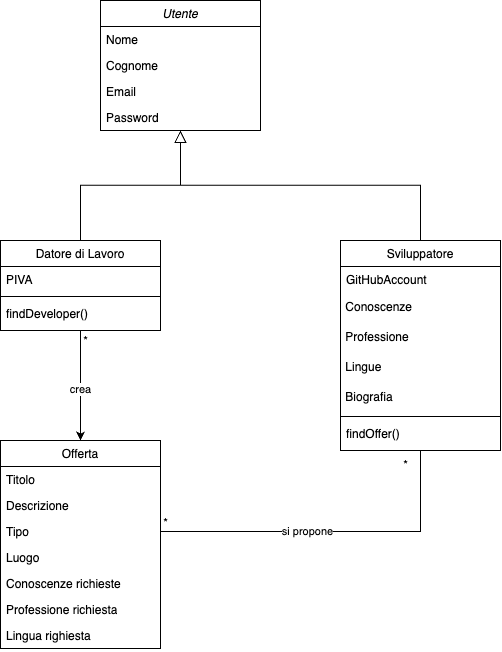
Above: Documentazione/Requirement_Analysis_Document/Class_Diagrams/class_diagram_3.0.png in JacopoPassariello/TuringCareers (draw.io), before the change. Source tidied: cells renumbered, new cells last; positions are measured from the earlier drawing's top-left corner, leaving out a move shared by most shapes. The source it was exported from:
```xml
<mxGraphModel>
  <root>
    <mxCell id="0" />
    <mxCell id="1" parent="0" />
    <mxCell id="2" value="Utente" style="swimlane;fontStyle=2;align=center;verticalAlign=top;horizontal=1;startSize=26;rounded=0;shadow=0;strokeWidth=1;" parent="1" vertex="1">
      <mxGeometry x="100" width="160" height="130" as="geometry" />
    </mxCell>
    <mxCell id="3" value="Nome" style="text;align=left;verticalAlign=top;spacingLeft=4;spacingRight=4;overflow=hidden;" parent="2" vertex="1">
      <mxGeometry y="26" width="160" height="26" as="geometry" />
    </mxCell>
    <mxCell id="4" value="Cognome" style="text;align=left;verticalAlign=top;spacingLeft=4;spacingRight=4;overflow=hidden;rounded=0;shadow=0;html=0;" parent="2" vertex="1">
      <mxGeometry y="52" width="160" height="26" as="geometry" />
    </mxCell>
    <mxCell id="5" value="Email" style="text;align=left;verticalAlign=top;spacingLeft=4;spacingRight=4;overflow=hidden;rounded=0;shadow=0;html=0;" parent="2" vertex="1">
      <mxGeometry y="78" width="160" height="26" as="geometry" />
    </mxCell>
    <mxCell id="6" value="Password" style="text;align=left;verticalAlign=top;spacingLeft=4;spacingRight=4;overflow=hidden;rounded=0;shadow=0;html=0;" parent="2" vertex="1">
      <mxGeometry y="104" width="160" height="26" as="geometry" />
    </mxCell>
    <mxCell id="7" style="edgeStyle=orthogonalEdgeStyle;rounded=0;jettySize=auto;html=1;exitX=0.5;exitY=1;exitDx=0;exitDy=0;entryX=0.5;entryY=0;entryDx=0;entryDy=0;" parent="1" edge="1" source="9" target="25">
      <mxGeometry relative="1" as="geometry" />
    </mxCell>
    <mxCell id="8" value="crea" style="edgeLabel;html=1;align=center;verticalAlign=middle;" parent="7" vertex="1">
      <mxGeometry x="0.06" y="1" relative="1" as="geometry">
        <mxPoint x="-1" as="offset" />
      </mxGeometry>
    </mxCell>
    <mxCell id="9" value="Datore di Lavoro" style="swimlane;fontStyle=0;align=center;verticalAlign=top;horizontal=1;startSize=26;rounded=0;shadow=0;strokeWidth=1;" parent="1" vertex="1">
      <mxGeometry y="240" width="160" height="90" as="geometry" />
    </mxCell>
    <mxCell id="10" value="PIVA" style="text;align=left;verticalAlign=top;spacingLeft=4;spacingRight=4;overflow=hidden;" parent="9" vertex="1">
      <mxGeometry y="26" width="160" height="26" as="geometry" />
    </mxCell>
    <mxCell id="11" style="line;html=1;strokeWidth=1;align=left;verticalAlign=middle;spacingTop=-1;spacingLeft=3;spacingRight=3;labelPosition=right;" parent="9" vertex="1">
      <mxGeometry y="52" width="160" height="8" as="geometry" />
    </mxCell>
    <mxCell id="12" value="findDeveloper()" style="text;align=left;verticalAlign=top;spacingLeft=4;spacingRight=4;overflow=hidden;" parent="9" vertex="1">
      <mxGeometry y="60" width="160" height="26" as="geometry" />
    </mxCell>
    <mxCell id="13" style="endArrow=block;endSize=10;endFill=0;shadow=0;strokeWidth=1;rounded=0;edgeStyle=elbowEdgeStyle;elbow=vertical;" parent="1" edge="1" source="9" target="2">
      <mxGeometry relative="1" as="geometry" />
    </mxCell>
    <mxCell id="14" style="edgeStyle=orthogonalEdgeStyle;rounded=0;jettySize=auto;html=1;exitX=0.5;exitY=1;exitDx=0;exitDy=0;entryX=1;entryY=0.5;entryDx=0;entryDy=0;endArrow=none;endFill=0;" parent="1" edge="1" source="16" target="28">
      <mxGeometry relative="1" as="geometry" />
    </mxCell>
    <mxCell id="15" value="si propone" style="edgeLabel;html=1;align=center;verticalAlign=middle;" parent="14" vertex="1">
      <mxGeometry x="0.14" y="-3" relative="1" as="geometry">
        <mxPoint y="3" as="offset" />
      </mxGeometry>
    </mxCell>
    <mxCell id="16" value="Sviluppatore" style="swimlane;fontStyle=0;align=center;verticalAlign=top;horizontal=1;startSize=26;rounded=0;shadow=0;strokeWidth=1;" parent="1" vertex="1">
      <mxGeometry x="340" y="240" width="160" height="210" as="geometry" />
    </mxCell>
    <mxCell id="17" value="GitHubAccount" style="text;align=left;verticalAlign=top;spacingLeft=4;spacingRight=4;overflow=hidden;" parent="16" vertex="1">
      <mxGeometry y="26" width="160" height="26" as="geometry" />
    </mxCell>
    <mxCell id="18" value="&amp;nbsp;Conoscenze" style="text;html=1;align=left;verticalAlign=middle;strokeColor=none;fillColor=none;" parent="16" vertex="1">
      <mxGeometry y="52" width="160" height="30" as="geometry" />
    </mxCell>
    <mxCell id="19" value="&amp;nbsp;Professione" style="text;html=1;align=left;verticalAlign=middle;strokeColor=none;fillColor=none;" parent="16" vertex="1">
      <mxGeometry y="82" width="160" height="30" as="geometry" />
    </mxCell>
    <mxCell id="20" value="&amp;nbsp;Lingue" style="text;html=1;align=left;verticalAlign=middle;strokeColor=none;fillColor=none;" parent="16" vertex="1">
      <mxGeometry y="112" width="160" height="30" as="geometry" />
    </mxCell>
    <mxCell id="21" value="&amp;nbsp;Biografia" style="text;html=1;align=left;verticalAlign=middle;strokeColor=none;fillColor=none;" parent="16" vertex="1">
      <mxGeometry y="142" width="160" height="30" as="geometry" />
    </mxCell>
    <mxCell id="22" style="line;html=1;strokeWidth=1;align=left;verticalAlign=middle;spacingTop=-1;spacingLeft=3;spacingRight=3;labelPosition=right;" parent="16" vertex="1">
      <mxGeometry y="172" width="160" height="8" as="geometry" />
    </mxCell>
    <mxCell id="23" value="findOffer()" style="text;align=left;verticalAlign=top;spacingLeft=4;spacingRight=4;overflow=hidden;" parent="16" vertex="1">
      <mxGeometry y="180" width="160" height="26" as="geometry" />
    </mxCell>
    <mxCell id="24" style="endArrow=block;endSize=10;endFill=0;shadow=0;strokeWidth=1;rounded=0;edgeStyle=elbowEdgeStyle;elbow=vertical;" parent="1" edge="1" source="16" target="2">
      <mxGeometry relative="1" as="geometry" />
    </mxCell>
    <mxCell id="25" value="&lt;span style=&quot;font-weight: 400;&quot;&gt;Offerta&lt;/span&gt;" style="swimlane;fontStyle=1;align=center;verticalAlign=top;horizontal=1;startSize=26;whiteSpace=wrap;html=1;" parent="1" vertex="1">
      <mxGeometry y="440" width="160" height="208" as="geometry" />
    </mxCell>
    <mxCell id="26" value="Titolo" style="text;strokeColor=none;fillColor=none;align=left;verticalAlign=top;spacingLeft=4;spacingRight=4;overflow=hidden;whiteSpace=wrap;html=1;" parent="25" vertex="1">
      <mxGeometry y="26" width="160" height="26" as="geometry" />
    </mxCell>
    <mxCell id="27" value="Descrizione" style="text;strokeColor=none;fillColor=none;align=left;verticalAlign=top;spacingLeft=4;spacingRight=4;overflow=hidden;whiteSpace=wrap;html=1;" parent="25" vertex="1">
      <mxGeometry y="52" width="160" height="26" as="geometry" />
    </mxCell>
    <mxCell id="28" value="Tipo" style="text;strokeColor=none;fillColor=none;align=left;verticalAlign=top;spacingLeft=4;spacingRight=4;overflow=hidden;points=[[0,0.5],[1,0.5]];portConstraint=eastwest;whiteSpace=wrap;html=1;" parent="25" vertex="1">
      <mxGeometry y="78" width="160" height="26" as="geometry" />
    </mxCell>
    <mxCell id="29" value="Luogo" style="text;strokeColor=none;fillColor=none;align=left;verticalAlign=top;spacingLeft=4;spacingRight=4;overflow=hidden;whiteSpace=wrap;html=1;" parent="25" vertex="1">
      <mxGeometry y="104" width="160" height="26" as="geometry" />
    </mxCell>
    <mxCell id="30" value="Conoscenze richieste" style="text;strokeColor=none;fillColor=none;align=left;verticalAlign=top;spacingLeft=4;spacingRight=4;overflow=hidden;whiteSpace=wrap;html=1;" parent="25" vertex="1">
      <mxGeometry y="130" width="160" height="26" as="geometry" />
    </mxCell>
    <mxCell id="31" value="Professione richiesta" style="text;strokeColor=none;fillColor=none;align=left;verticalAlign=top;spacingLeft=4;spacingRight=4;overflow=hidden;whiteSpace=wrap;html=1;" parent="25" vertex="1">
      <mxGeometry y="156" width="160" height="26" as="geometry" />
    </mxCell>
    <mxCell id="32" value="Lingua righiesta" style="text;strokeColor=none;fillColor=none;align=left;verticalAlign=top;spacingLeft=4;spacingRight=4;overflow=hidden;whiteSpace=wrap;html=1;" parent="25" vertex="1">
      <mxGeometry y="182" width="160" height="26" as="geometry" />
    </mxCell>
    <mxCell id="33" value="*" style="text;html=1;align=center;verticalAlign=middle;strokeColor=none;fillColor=none;" parent="1" vertex="1">
      <mxGeometry x="70" y="326" width="30" height="30" as="geometry" />
    </mxCell>
    <mxCell id="34" value="*" style="text;html=1;align=center;verticalAlign=middle;strokeColor=none;fillColor=none;" parent="1" vertex="1">
      <mxGeometry x="150" y="508" width="30" height="30" as="geometry" />
    </mxCell>
    <mxCell id="35" value="*" style="text;html=1;align=center;verticalAlign=middle;strokeColor=none;fillColor=none;" parent="1" vertex="1">
      <mxGeometry x="390" y="450" width="30" height="30" as="geometry" />
    </mxCell>
  </root>
</mxGraphModel>
```
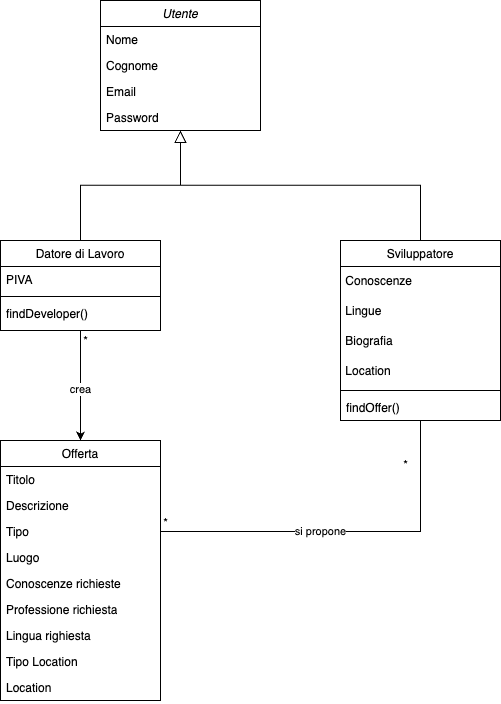
Above is the later version.

Commit message:
Modifiche class diagram RAD

Rimosso OAUTHToken per github. Aggiunta Location per offerte e sviluppatori e tipo di location per l'offerte.

The edit, as a diff of the source:
```diff
@@ -49,34 +49,31 @@
       </mxGeometry>
     </mxCell>
     <mxCell id="16" value="Sviluppatore" style="swimlane;fontStyle=0;align=center;verticalAlign=top;horizontal=1;startSize=26;rounded=0;shadow=0;strokeWidth=1;" parent="1" vertex="1">
-      <mxGeometry x="340" y="240" width="160" height="210" as="geometry" />
+      <mxGeometry x="340" y="240" width="160" height="180" as="geometry" />
     </mxCell>
-    <mxCell id="17" value="GitHubAccount" style="text;align=left;verticalAlign=top;spacingLeft=4;spacingRight=4;overflow=hidden;" parent="16" vertex="1">
-      <mxGeometry y="26" width="160" height="26" as="geometry" />
-    </mxCell>
     <mxCell id="18" value="&amp;nbsp;Conoscenze" style="text;html=1;align=left;verticalAlign=middle;strokeColor=none;fillColor=none;" parent="16" vertex="1">
-      <mxGeometry y="52" width="160" height="30" as="geometry" />
+      <mxGeometry y="26" width="160" height="30" as="geometry" />
     </mxCell>
-    <mxCell id="19" value="&amp;nbsp;Professione" style="text;html=1;align=left;verticalAlign=middle;strokeColor=none;fillColor=none;" parent="16" vertex="1">
-      <mxGeometry y="82" width="160" height="30" as="geometry" />
-    </mxCell>
     <mxCell id="20" value="&amp;nbsp;Lingue" style="text;html=1;align=left;verticalAlign=middle;strokeColor=none;fillColor=none;" parent="16" vertex="1">
-      <mxGeometry y="112" width="160" height="30" as="geometry" />
+      <mxGeometry y="56" width="160" height="30" as="geometry" />
     </mxCell>
     <mxCell id="21" value="&amp;nbsp;Biografia" style="text;html=1;align=left;verticalAlign=middle;strokeColor=none;fillColor=none;" parent="16" vertex="1">
-      <mxGeometry y="142" width="160" height="30" as="geometry" />
+      <mxGeometry y="86" width="160" height="30" as="geometry" />
     </mxCell>
+    <mxCell id="36" value="&amp;nbsp;Location" style="text;html=1;align=left;verticalAlign=middle;strokeColor=none;fillColor=none;" parent="16" vertex="1">
+      <mxGeometry y="116" width="160" height="30" as="geometry" />
+    </mxCell>
     <mxCell id="22" style="line;html=1;strokeWidth=1;align=left;verticalAlign=middle;spacingTop=-1;spacingLeft=3;spacingRight=3;labelPosition=right;" parent="16" vertex="1">
-      <mxGeometry y="172" width="160" height="8" as="geometry" />
+      <mxGeometry y="146" width="160" height="8" as="geometry" />
     </mxCell>
     <mxCell id="23" value="findOffer()" style="text;align=left;verticalAlign=top;spacingLeft=4;spacingRight=4;overflow=hidden;" parent="16" vertex="1">
-      <mxGeometry y="180" width="160" height="26" as="geometry" />
+      <mxGeometry y="154" width="160" height="26" as="geometry" />
     </mxCell>
     <mxCell id="24" style="endArrow=block;endSize=10;endFill=0;shadow=0;strokeWidth=1;rounded=0;edgeStyle=elbowEdgeStyle;elbow=vertical;" parent="1" edge="1" source="16" target="2">
       <mxGeometry relative="1" as="geometry" />
     </mxCell>
     <mxCell id="25" value="&lt;span style=&quot;font-weight: 400;&quot;&gt;Offerta&lt;/span&gt;" style="swimlane;fontStyle=1;align=center;verticalAlign=top;horizontal=1;startSize=26;whiteSpace=wrap;html=1;" parent="1" vertex="1">
-      <mxGeometry y="440" width="160" height="208" as="geometry" />
+      <mxGeometry y="440" width="160" height="260" as="geometry" />
     </mxCell>
     <mxCell id="26" value="Titolo" style="text;strokeColor=none;fillColor=none;align=left;verticalAlign=top;spacingLeft=4;spacingRight=4;overflow=hidden;whiteSpace=wrap;html=1;" parent="25" vertex="1">
       <mxGeometry y="26" width="160" height="26" as="geometry" />
@@ -99,6 +96,12 @@
     <mxCell id="32" value="Lingua righiesta" style="text;strokeColor=none;fillColor=none;align=left;verticalAlign=top;spacingLeft=4;spacingRight=4;overflow=hidden;whiteSpace=wrap;html=1;" parent="25" vertex="1">
       <mxGeometry y="182" width="160" height="26" as="geometry" />
     </mxCell>
+    <mxCell id="37" value="Tipo Location" style="text;strokeColor=none;fillColor=none;align=left;verticalAlign=top;spacingLeft=4;spacingRight=4;overflow=hidden;whiteSpace=wrap;html=1;" parent="25" vertex="1">
+      <mxGeometry y="208" width="160" height="26" as="geometry" />
+    </mxCell>
+    <mxCell id="38" value="Location" style="text;strokeColor=none;fillColor=none;align=left;verticalAlign=top;spacingLeft=4;spacingRight=4;overflow=hidden;whiteSpace=wrap;html=1;" parent="25" vertex="1">
+      <mxGeometry y="234" width="160" height="26" as="geometry" />
+    </mxCell>
     <mxCell id="33" value="*" style="text;html=1;align=center;verticalAlign=middle;strokeColor=none;fillColor=none;" parent="1" vertex="1">
       <mxGeometry x="70" y="326" width="30" height="30" as="geometry" />
     </mxCell>
```
